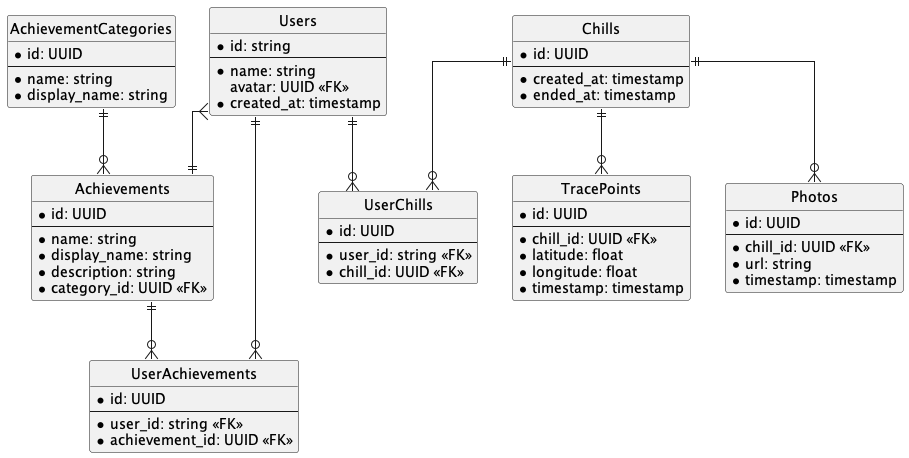
This is docs/diagram/er_diagram.png from panna-cotta-2023/chilly-daze-gateway, a PlantUML export, as it was before one commit.
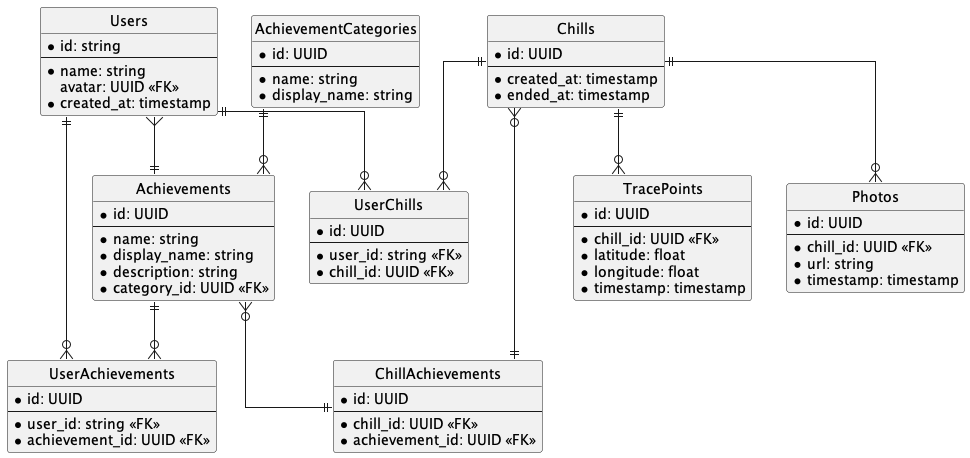
Later version of the same file.

What changed in the source:
```diff
@@ -49,6 +49,13 @@
   * chill_id: UUID <<FK>>
 }
 
+entity "ChillAchievements" {
+  * id: UUID
+  --
+  * chill_id: UUID <<FK>>
+  * achievement_id: UUID <<FK>>
+}
+
 entity "TracePoints" {
   * id: UUID
   --
@@ -74,6 +81,7 @@
 Chills ||--o{ Photos
 AchievementCategories ||--o{ Achievements
 Users }--|| Achievements
-
+Achievements }o--|| ChillAchievements
+Chills }o--|| ChillAchievements
 
 @enduml
```
